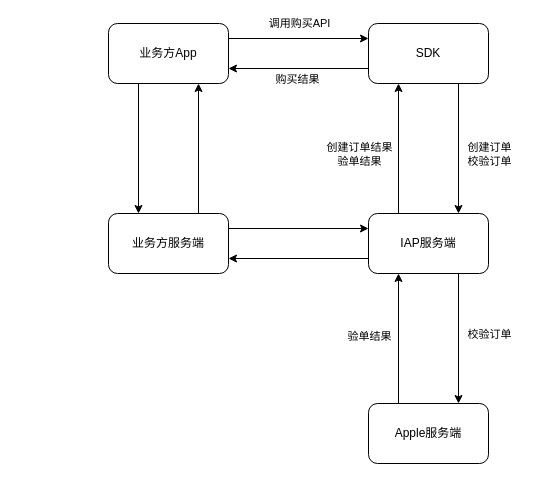
The draw.io diagram 内购集锦.drawio in ChinaChong/Diagrams, before the edit. Source tidied: cells renumbered, new cells numbered last; positions are measured from the earlier drawing's top-left corner, leaving out a move shared by most shapes. Both pictures are drawn from the tidied source at 100%, with x=0, y=0 at pixel (108, 23).
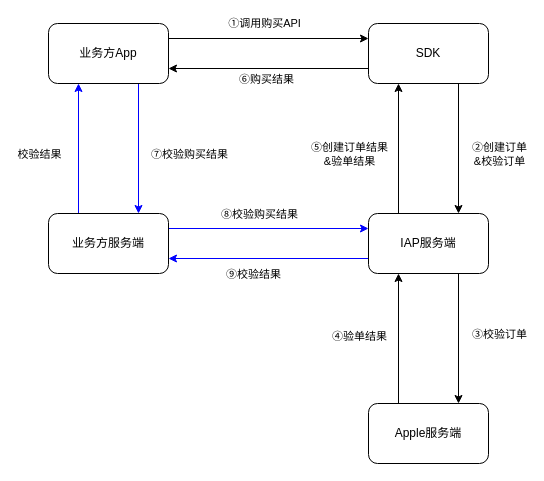
The same page after the edit.

Commit message (it also covers changes not shown here):
更新内购集锦.drawio

The change refers to these unchanged cells:
```xml
<mxCell id="2" style="edgeStyle=orthogonalEdgeStyle;rounded=0;jettySize=auto;html=1;exitX=1;exitY=0.25;exitDx=0;exitDy=0;entryX=0;entryY=0.25;entryDx=0;entryDy=0;" parent="1" edge="1" source="5" target="10">
  <mxGeometry relative="1" as="geometry" />
</mxCell>
<mxCell id="8" style="edgeStyle=orthogonalEdgeStyle;rounded=0;jettySize=auto;html=1;exitX=0.75;exitY=1;exitDx=0;exitDy=0;entryX=0.75;entryY=0;entryDx=0;entryDy=0;" parent="1" edge="1" source="10" target="16">
  <mxGeometry relative="1" as="geometry" />
</mxCell>
<mxCell id="10" value="SDK" style="whiteSpace=wrap;html=1;rounded=1;" parent="1" vertex="1">
  <mxGeometry x="260" width="120" height="60" as="geometry" />
</mxCell>
<mxCell id="12" style="edgeStyle=orthogonalEdgeStyle;rounded=0;jettySize=auto;html=1;exitX=0.75;exitY=1;exitDx=0;exitDy=0;entryX=0.75;entryY=0;entryDx=0;entryDy=0;" parent="1" edge="1" source="16" target="22">
  <mxGeometry relative="1" as="geometry" />
</mxCell>
<mxCell id="14" style="edgeStyle=orthogonalEdgeStyle;rounded=0;jettySize=auto;html=1;exitX=0.25;exitY=0;exitDx=0;exitDy=0;entryX=0.25;entryY=1;entryDx=0;entryDy=0;" parent="1" edge="1" source="16" target="10">
  <mxGeometry relative="1" as="geometry" />
</mxCell>
<mxCell id="16" value="IAP服务端" style="whiteSpace=wrap;html=1;rounded=1;" parent="1" vertex="1">
  <mxGeometry x="260" y="190" width="120" height="60" as="geometry" />
</mxCell>
<mxCell id="20" style="edgeStyle=orthogonalEdgeStyle;rounded=0;jettySize=auto;html=1;exitX=0.25;exitY=0;exitDx=0;exitDy=0;entryX=0.25;entryY=1;entryDx=0;entryDy=0;" parent="1" edge="1" source="22" target="16">
  <mxGeometry relative="1" as="geometry" />
</mxCell>
```

The edit, as a diff of the source:
```diff
@@
-    <mxCell id="3" value="调用购买API" style="edgeLabel;html=1;align=center;verticalAlign=middle;" parent="2" vertex="1">
+    <mxCell id="3" value="①调用购买API" style="edgeLabel;html=1;align=center;verticalAlign=middle;" parent="2" vertex="1">
       <mxGeometry x="-0.17" y="1" relative="1" as="geometry">
         <mxPoint x="12" y="-14" as="offset" />
       </mxGeometry>
     </mxCell>
-    <mxCell id="4" style="edgeStyle=orthogonalEdgeStyle;rounded=0;jettySize=auto;html=1;exitX=0.25;exitY=1;exitDx=0;exitDy=0;entryX=0.25;entryY=0;entryDx=0;entryDy=0;" parent="1" edge="1" source="5" target="19">
+    <mxCell id="4" style="edgeStyle=orthogonalEdgeStyle;rounded=0;jettySize=auto;html=1;exitX=0.75;exitY=1;exitDx=0;exitDy=0;entryX=0.75;entryY=0;entryDx=0;entryDy=0;strokeColor=#0000FF;" parent="1" edge="1" source="5" target="19">
       <mxGeometry relative="1" as="geometry" />
     </mxCell>
+    <mxCell id="23" value="⑦校验购买结果" style="edgeLabel;html=1;align=center;verticalAlign=middle;" parent="4" vertex="1">
+      <mxGeometry x="-0.12" relative="1" as="geometry">
+        <mxPoint x="50" y="13" as="offset" />
+      </mxGeometry>
+    </mxCell>
     <mxCell id="5" value="业务方App" style="rounded=1;whiteSpace=wrap;html=1;" parent="1" vertex="1">
-      <mxGeometry width="120" height="60" as="geometry" />
+      <mxGeometry x="-60" width="120" height="60" as="geometry" />
     </mxCell>
-    <mxCell id="6" style="edgeStyle=orthogonalEdgeStyle;rounded=0;jettySize=auto;html=1;exitX=0;exitY=0.75;exitDx=0;exitDy=0;entryX=1;entryY=0.75;entryDx=0;entryDy=0;spacing=2;spacingTop=0;" parent="1" edge="1" source="10" target="5">
+    <mxCell id="6" style="edgeStyle=orthogonalEdgeStyle;rounded=0;jettySize=auto;html=1;exitX=0;exitY=0.75;exitDx=0;exitDy=0;entryX=1;entryY=0.75;entryDx=0;entryDy=0;spacing=2;spacingTop=0;fillColor=#CCFFFF;" parent="1" edge="1" source="10" target="5">
       <mxGeometry relative="1" as="geometry" />
     </mxCell>
-    <mxCell id="7" value="购买结果" style="edgeLabel;html=1;align=center;verticalAlign=middle;" parent="6" vertex="1">
+    <mxCell id="7" value="⑥购买结果" style="edgeLabel;html=1;align=center;verticalAlign=middle;" parent="6" vertex="1">
       <mxGeometry x="0.03" y="3" relative="1" as="geometry">
         <mxPoint y="7" as="offset" />
       </mxGeometry>
     </mxCell>
@@
-    <mxCell id="9" value="创建订单&lt;br&gt;校验订单" style="edgeLabel;html=1;align=center;verticalAlign=middle;" parent="8" vertex="1">
+    <mxCell id="9" value="②创建订单&lt;br&gt;&amp;amp;校验订单" style="edgeLabel;html=1;align=center;verticalAlign=middle;" parent="8" vertex="1">
       <mxGeometry x="-0.52" relative="1" as="geometry">
-        <mxPoint x="30" y="39" as="offset" />
+        <mxPoint x="40" y="39" as="offset" />
       </mxGeometry>
     </mxCell>
@@
-    <mxCell id="11" style="edgeStyle=orthogonalEdgeStyle;rounded=0;jettySize=auto;html=1;exitX=0;exitY=0.75;exitDx=0;exitDy=0;entryX=1;entryY=0.75;entryDx=0;entryDy=0;" parent="1" edge="1" source="16" target="19">
+    <mxCell id="11" style="edgeStyle=orthogonalEdgeStyle;rounded=0;jettySize=auto;html=1;exitX=0;exitY=0.75;exitDx=0;exitDy=0;entryX=1;entryY=0.75;entryDx=0;entryDy=0;strokeColor=#0000FF;" parent="1" edge="1" source="16" target="19">
       <mxGeometry relative="1" as="geometry" />
     </mxCell>
+    <mxCell id="24" value="⑨校验结果" style="edgeLabel;html=1;align=center;verticalAlign=middle;" parent="11" vertex="1">
+      <mxGeometry x="0.16" y="-1" relative="1" as="geometry">
+        <mxPoint y="16" as="offset" />
+      </mxGeometry>
+    </mxCell>
@@
-    <mxCell id="13" value="校验订单" style="edgeLabel;html=1;align=center;verticalAlign=middle;" parent="12" vertex="1">
+    <mxCell id="13" value="③校验订单" style="edgeLabel;html=1;align=center;verticalAlign=middle;rotation=0;" parent="12" vertex="1">
       <mxGeometry x="-0.15" y="1" relative="1" as="geometry">
-        <mxPoint x="29" y="5" as="offset" />
+        <mxPoint x="39" y="5" as="offset" />
       </mxGeometry>
     </mxCell>
@@
-    <mxCell id="15" value="创建订单结果&lt;br&gt;验单结果" style="edgeLabel;html=1;align=center;verticalAlign=middle;" parent="14" vertex="1">
+    <mxCell id="15" value="⑤创建订单结果&lt;br&gt;&amp;amp;验单结果" style="edgeLabel;html=1;align=center;verticalAlign=middle;" parent="14" vertex="1">
       <mxGeometry x="0.05" y="-2" relative="1" as="geometry">
-        <mxPoint x="-42" y="8" as="offset" />
+        <mxPoint x="-52" y="8" as="offset" />
       </mxGeometry>
     </mxCell>
@@
+    <mxCell id="18" style="edgeStyle=orthogonalEdgeStyle;rounded=0;jettySize=auto;html=1;exitX=1;exitY=0.25;exitDx=0;exitDy=0;entryX=0;entryY=0.25;entryDx=0;entryDy=0;strokeColor=#0000FF;shadow=0;" parent="1" edge="1" source="19" target="16">
+      <mxGeometry relative="1" as="geometry" />
+    </mxCell>
+    <mxCell id="25" value="⑧校验购买结果" style="edgeLabel;html=1;align=center;verticalAlign=middle;" parent="18" vertex="1">
+      <mxGeometry x="-0.29" relative="1" as="geometry">
+        <mxPoint x="19" y="-15" as="offset" />
+      </mxGeometry>
+    </mxCell>
-    <mxCell id="17" style="edgeStyle=orthogonalEdgeStyle;rounded=0;jettySize=auto;html=1;exitX=0.75;exitY=0;exitDx=0;exitDy=0;entryX=0.75;entryY=1;entryDx=0;entryDy=0;" parent="1" edge="1" source="19" target="5">
+    <mxCell id="17" style="edgeStyle=orthogonalEdgeStyle;rounded=0;jettySize=auto;html=1;exitX=0.25;exitY=0;exitDx=0;exitDy=0;entryX=0.25;entryY=1;entryDx=0;entryDy=0;strokeColor=#0000FF;" parent="1" edge="1" source="19" target="5">
       <mxGeometry relative="1" as="geometry" />
     </mxCell>
-    <mxCell id="18" style="edgeStyle=orthogonalEdgeStyle;rounded=0;jettySize=auto;html=1;exitX=1;exitY=0.25;exitDx=0;exitDy=0;entryX=0;entryY=0.25;entryDx=0;entryDy=0;" parent="1" edge="1" source="19" target="16">
-      <mxGeometry relative="1" as="geometry" />
-    </mxCell>
+    <mxCell id="26" value="校验结果" style="edgeLabel;html=1;align=center;verticalAlign=middle;" parent="17" vertex="1">
+      <mxGeometry x="0.01" y="1" relative="1" as="geometry">
+        <mxPoint x="-39" y="6" as="offset" />
+      </mxGeometry>
+    </mxCell>
     <mxCell id="19" value="业务方服务端" style="whiteSpace=wrap;html=1;rounded=1;" parent="1" vertex="1">
-      <mxGeometry y="190" width="120" height="60" as="geometry" />
+      <mxGeometry x="-60" y="190" width="120" height="60" as="geometry" />
     </mxCell>
@@
-    <mxCell id="21" value="验单结果" style="edgeLabel;html=1;align=center;verticalAlign=middle;" parent="20" vertex="1">
+    <mxCell id="21" value="④验单结果" style="edgeLabel;html=1;align=center;verticalAlign=middle;" parent="20" vertex="1">
       <mxGeometry x="0.05" y="2" relative="1" as="geometry">
-        <mxPoint x="-28" as="offset" />
+        <mxPoint x="-38" as="offset" />
       </mxGeometry>
     </mxCell>
```
